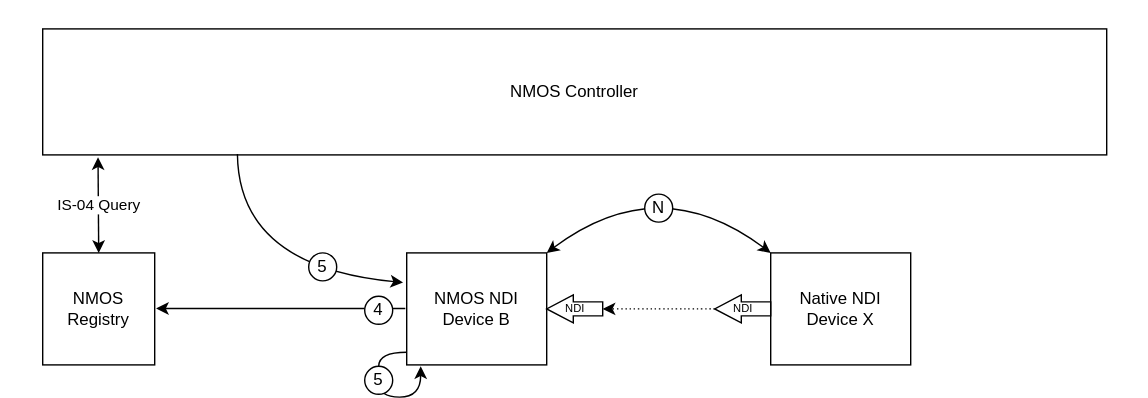
AMWA-TV/bcp-007-01 keeps this draw.io diagram as docs/images/NMOS-NDI-UseCase2-drawio.svg. Above is the earlier version. Source tidied: cells renumbered, new cells last; positions are measured from the earlier drawing's top-left corner, leaving out a move shared by most shapes.
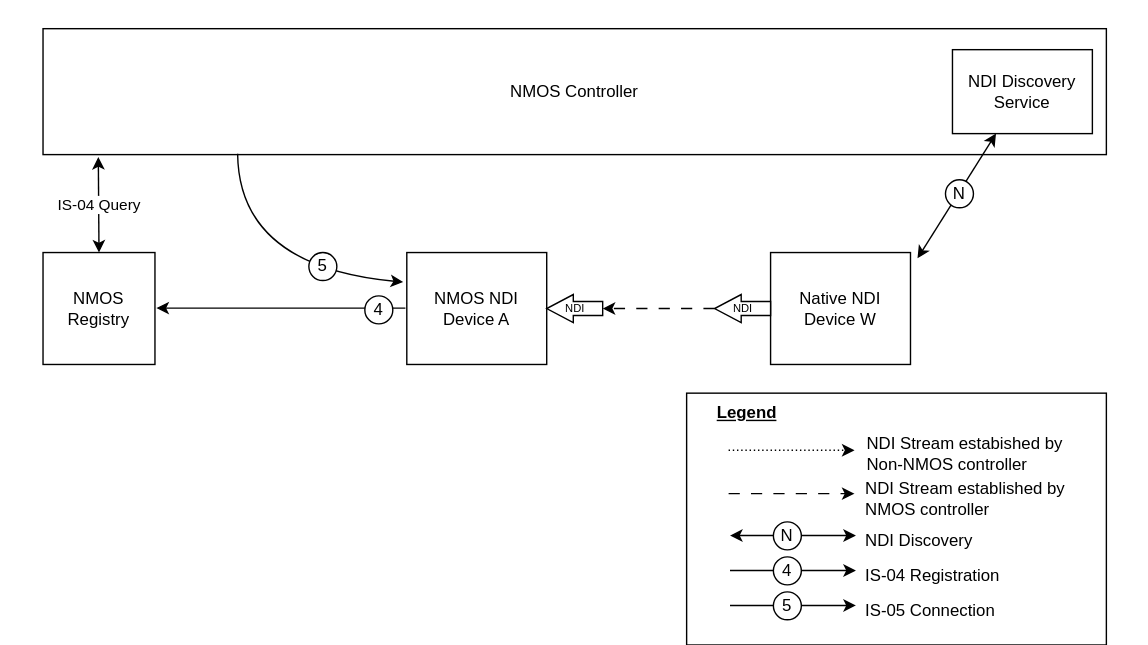
The same diagram one commit later.

Diff of the diagram source:
```diff
@@ -5,6 +5,9 @@
     <mxCell id="2" value="NMOS Controller" style="rounded=0;whiteSpace=wrap;html=1;" parent="1" vertex="1">
       <mxGeometry x="30" y="20" width="760" height="90" as="geometry" />
     </mxCell>
+    <mxCell id="20" value="NDI Discovery&lt;br&gt;Service" style="rounded=0;whiteSpace=wrap;html=1;" parent="1" vertex="1">
+      <mxGeometry x="680" y="35" width="100" height="60" as="geometry" />
+    </mxCell>
     <mxCell id="3" value="NMOS&lt;br&gt;Registry" style="rounded=0;whiteSpace=wrap;html=1;" parent="1" vertex="1">
       <mxGeometry x="30" y="180" width="80" height="80" as="geometry" />
     </mxCell>
@@ -14,69 +17,113 @@
     <mxCell id="5" value="IS-04 Query" style="edgeLabel;html=1;align=center;verticalAlign=middle;" parent="4" vertex="1">
       <mxGeometry x="0.01" relative="1" as="geometry" />
     </mxCell>
-    <mxCell id="6" value="Native NDI Device X" style="rounded=0;whiteSpace=wrap;html=1;" parent="1" vertex="1">
-      <mxGeometry x="550" y="180" width="100" height="80" as="geometry" />
-    </mxCell>
-    <mxCell id="7" value="NMOS NDI Device B" style="rounded=0;whiteSpace=wrap;html=1;" parent="1" vertex="1">
-      <mxGeometry x="290" y="180" width="100" height="80" as="geometry" />
-    </mxCell>
+    <mxCell id="21" value="Native NDI Device W" style="rounded=0;whiteSpace=wrap;html=1;" parent="1" vertex="1">
+      <mxGeometry x="550" y="180" width="100" height="80" as="geometry" />
+    </mxCell>
+    <mxCell id="22" value="NMOS NDI Device A" style="rounded=0;whiteSpace=wrap;html=1;" parent="1" vertex="1">
+      <mxGeometry x="290" y="180" width="100" height="80" as="geometry" />
+    </mxCell>
+    <mxCell id="23" style="endArrow=classic;startArrow=classic;html=1;rounded=0;exitX=1.05;exitY=0.052;exitDx=0;exitDy=0;exitPerimeter=0;" parent="1" edge="1" source="21" target="20">
+      <mxGeometry relative="1" as="geometry" />
+    </mxCell>
     <mxCell id="8" style="endArrow=classic;html=1;rounded=0;entryX=1;entryY=0.5;entryDx=0;entryDy=0;startArrow=none;startFill=0;exitX=-0.016;exitY=0.804;exitDx=0;exitDy=0;exitPerimeter=0;" parent="1" edge="1">
       <mxGeometry relative="1" as="geometry">
         <mxPoint x="289" y="219.7" as="sourcePoint" />
         <mxPoint x="111" y="219.7" as="targetPoint" />
       </mxGeometry>
     </mxCell>
-    <mxCell id="9" style="curved=1;endArrow=classic;html=1;rounded=0;exitX=0.183;exitY=0.993;exitDx=0;exitDy=0;exitPerimeter=0;entryX=-0.026;entryY=0.264;entryDx=0;entryDy=0;entryPerimeter=0;" parent="1" edge="1" source="2">
+    <mxCell id="9" style="curved=1;endArrow=classic;html=1;rounded=0;exitX=0.183;exitY=0.993;exitDx=0;exitDy=0;exitPerimeter=0;entryX=-0.026;entryY=0.264;entryDx=0;entryDy=0;entryPerimeter=0;" parent="1" edge="1" source="2" target="22">
       <mxGeometry relative="1" as="geometry">
-        <mxPoint x="287.4" y="201.1" as="targetPoint" />
         <Array as="points">
           <mxPoint x="170" y="190" />
         </Array>
       </mxGeometry>
     </mxCell>
-    <mxCell id="10" style="edgeStyle=orthogonalEdgeStyle;rounded=0;jettySize=auto;html=1;exitX=1;exitY=0.5;exitDx=0;exitDy=0;exitPerimeter=0;entryX=0;entryY=0.5;entryDx=0;entryDy=0;entryPerimeter=0;curved=1;dashed=1;dashPattern=1 2;" parent="1" edge="1" source="11" target="13">
-      <mxGeometry relative="1" as="geometry" />
-    </mxCell>
+    <mxCell id="13" value="NDI" style="html=1;shadow=0;dashed=0;align=center;verticalAlign=middle;shape=mxgraph.arrows2.arrow;dy=0.5;dx=19;flipH=1;notch=0;fontSize=8;" parent="1" vertex="1">
+      <mxGeometry x="390" y="210" width="40" height="20" as="geometry" />
+    </mxCell>
+    <mxCell id="24" style="endArrow=classic;html=1;rounded=0;entryX=0;entryY=0.5;entryDx=0;entryDy=0;startArrow=none;startFill=0;dashed=1;dashPattern=8 8;entryPerimeter=0;" parent="1" edge="1" target="13">
+      <mxGeometry relative="1" as="geometry">
+        <mxPoint x="510" y="220" as="sourcePoint" />
+      </mxGeometry>
+    </mxCell>
+    <mxCell id="12" style="rounded=0;whiteSpace=wrap;html=1;strokeColor=none;fillColor=none;" parent="1" vertex="1">
+      <mxGeometry width="820" height="10" as="geometry" />
+    </mxCell>
     <mxCell id="11" value="NDI" style="html=1;shadow=0;dashed=0;align=center;verticalAlign=middle;shape=mxgraph.arrows2.arrow;dy=0.5;dx=19;flipH=1;notch=0;fontSize=8;" parent="1" vertex="1">
       <mxGeometry x="510" y="210" width="40" height="20" as="geometry" />
     </mxCell>
-    <mxCell id="12" style="rounded=0;whiteSpace=wrap;html=1;strokeColor=none;fillColor=none;" parent="1" vertex="1">
-      <mxGeometry width="820" height="10" as="geometry" />
-    </mxCell>
-    <mxCell id="13" value="NDI" style="html=1;shadow=0;dashed=0;align=center;verticalAlign=middle;shape=mxgraph.arrows2.arrow;dy=0.5;dx=19;flipH=1;notch=0;fontSize=8;" parent="1" vertex="1">
-      <mxGeometry x="390" y="210" width="40" height="20" as="geometry" />
-    </mxCell>
-    <mxCell id="14" style="curved=1;endArrow=classic;html=1;rounded=0;exitX=1;exitY=0;exitDx=0;exitDy=0;entryX=0;entryY=0;entryDx=0;entryDy=0;startArrow=classic;startFill=1;" parent="1" edge="1" source="7" target="6">
-      <mxGeometry relative="1" as="geometry">
-        <Array as="points">
-          <mxPoint x="470" y="120" />
-        </Array>
-      </mxGeometry>
-    </mxCell>
-    <mxCell id="15" value="N" style="ellipse;whiteSpace=wrap;html=1;" parent="1" vertex="1">
-      <mxGeometry x="460" y="138" width="20" height="20" as="geometry" />
-    </mxCell>
+    <mxCell id="25" value="N" style="ellipse;whiteSpace=wrap;html=1;" parent="1" vertex="1">
+      <mxGeometry x="675" y="128" width="20" height="20" as="geometry" />
+    </mxCell>
     <mxCell id="16" value="4" style="ellipse;whiteSpace=wrap;html=1;" parent="1" vertex="1">
       <mxGeometry x="260" y="211" width="20" height="20" as="geometry" />
     </mxCell>
     <mxCell id="17" value="5" style="ellipse;whiteSpace=wrap;html=1;" parent="1" vertex="1">
       <mxGeometry x="220" y="180" width="20" height="20" as="geometry" />
     </mxCell>
-    <mxCell id="18" style="curved=1;endArrow=classic;html=1;rounded=0;" parent="1" edge="1">
-      <mxGeometry relative="1" as="geometry">
-        <mxPoint x="290" y="251" as="sourcePoint" />
-        <mxPoint x="300" y="261" as="targetPoint" />
-        <Array as="points">
-          <mxPoint x="270" y="251" />
-          <mxPoint x="270" y="271" />
-          <mxPoint x="270" y="261" />
-          <mxPoint x="270" y="283" />
-          <mxPoint x="300" y="283" />
-        </Array>
-      </mxGeometry>
-    </mxCell>
+    <mxCell id="26" style="group;" parent="1" vertex="1">
+      <mxGeometry x="490" y="280" width="300" height="180.5" as="geometry" />
+    </mxCell>
+    <mxCell id="27" style="rounded=0;whiteSpace=wrap;html=1;" parent="26" vertex="1">
+      <mxGeometry y="0.5" width="300" height="180" as="geometry" />
+    </mxCell>
+    <mxCell id="28" style="endArrow=classic;startArrow=none;html=1;rounded=0;startFill=0;dashed=1;dashPattern=1 2;" parent="26" edge="1">
+      <mxGeometry relative="1" as="geometry">
+        <mxPoint x="30" y="41.3" as="sourcePoint" />
+        <mxPoint x="120" y="41.3" as="targetPoint" />
+      </mxGeometry>
+    </mxCell>
+    <mxCell id="29" value="Legend" style="text;strokeColor=none;align=left;fillColor=none;html=1;verticalAlign=middle;whiteSpace=wrap;rounded=0;fontStyle=5;" parent="26" vertex="1">
+      <mxGeometry x="20" width="162" height="30" as="geometry" />
+    </mxCell>
+    <mxCell id="30" value="NDI Stream established by NMOS controller" style="text;strokeColor=none;align=left;fillColor=none;html=1;verticalAlign=middle;whiteSpace=wrap;rounded=0;" parent="26" vertex="1">
+      <mxGeometry x="126" y="60.5" width="172" height="30" as="geometry" />
+    </mxCell>
+    <mxCell id="31" style="endArrow=classic;startArrow=none;html=1;rounded=0;startFill=0;dashed=1;dashPattern=8 8;" parent="26" edge="1">
+      <mxGeometry relative="1" as="geometry">
+        <mxPoint x="30" y="72.3" as="sourcePoint" />
+        <mxPoint x="120" y="72.3" as="targetPoint" />
+      </mxGeometry>
+    </mxCell>
+    <mxCell id="32" value="NDI Discovery" style="text;strokeColor=none;align=left;fillColor=none;html=1;verticalAlign=middle;whiteSpace=wrap;rounded=0;" parent="26" vertex="1">
+      <mxGeometry x="126" y="90.5" width="130" height="30" as="geometry" />
+    </mxCell>
+    <mxCell id="33" style="endArrow=classic;startArrow=classic;html=1;rounded=0;startFill=1;" parent="26" edge="1">
+      <mxGeometry relative="1" as="geometry">
+        <mxPoint x="31" y="102.3" as="sourcePoint" />
+        <mxPoint x="121" y="102.3" as="targetPoint" />
+      </mxGeometry>
+    </mxCell>
+    <mxCell id="34" value="N" style="ellipse;whiteSpace=wrap;html=1;" parent="26" vertex="1">
+      <mxGeometry x="62" y="92.5" width="20" height="20" as="geometry" />
+    </mxCell>
+    <mxCell id="35" value="IS-04 Registration" style="text;strokeColor=none;align=left;fillColor=none;html=1;verticalAlign=middle;whiteSpace=wrap;rounded=0;" parent="26" vertex="1">
+      <mxGeometry x="126" y="115.5" width="130" height="30" as="geometry" />
+    </mxCell>
+    <mxCell id="36" style="endArrow=classic;startArrow=none;html=1;rounded=0;startFill=0;" parent="26" edge="1">
+      <mxGeometry relative="1" as="geometry">
+        <mxPoint x="31" y="127.3" as="sourcePoint" />
+        <mxPoint x="121" y="127.3" as="targetPoint" />
+      </mxGeometry>
+    </mxCell>
+    <mxCell id="37" value="4" style="ellipse;whiteSpace=wrap;html=1;" parent="26" vertex="1">
+      <mxGeometry x="62" y="117.5" width="20" height="20" as="geometry" />
+    </mxCell>
+    <mxCell id="38" value="IS-05 Connection" style="text;strokeColor=none;align=left;fillColor=none;html=1;verticalAlign=middle;whiteSpace=wrap;rounded=0;" parent="26" vertex="1">
+      <mxGeometry x="126" y="140.5" width="130" height="30" as="geometry" />
+    </mxCell>
+    <mxCell id="39" style="endArrow=classic;startArrow=none;html=1;rounded=0;startFill=0;" parent="26" edge="1">
+      <mxGeometry relative="1" as="geometry">
+        <mxPoint x="31" y="152.3" as="sourcePoint" />
+        <mxPoint x="121" y="152.3" as="targetPoint" />
+      </mxGeometry>
+    </mxCell>
-    <mxCell id="19" value="5" style="ellipse;whiteSpace=wrap;html=1;" parent="1" vertex="1">
-      <mxGeometry x="260" y="261" width="20" height="20" as="geometry" />
+    <mxCell id="19" value="5" style="ellipse;whiteSpace=wrap;html=1;" parent="26" vertex="1">
+      <mxGeometry x="62" y="142.5" width="20" height="20" as="geometry" />
     </mxCell>
+    <mxCell id="40" value="NDI Stream estabished by Non-NMOS controller" style="text;strokeColor=none;align=left;fillColor=none;html=1;verticalAlign=middle;whiteSpace=wrap;rounded=0;" parent="26" vertex="1">
+      <mxGeometry x="127" y="28.5" width="162" height="30" as="geometry" />
+    </mxCell>
   </root>
 </mxGraphModel>
```
